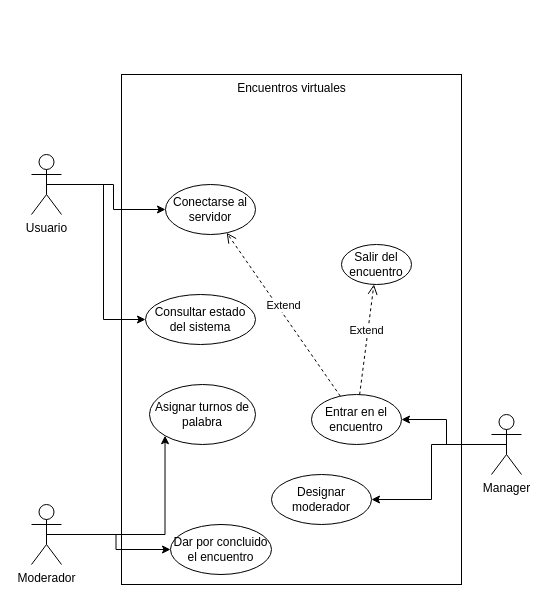
The draw.io diagram Entorno de desarrollo/UML/Ej2.drawio in JavierCamposCuesta/repoJavierCampos, before the edit. Source tidied: cells renumbered, new cells numbered last; positions are measured from the earlier drawing's top-left corner, leaving out a move shared by most shapes. Both pictures are drawn from the tidied source at 100%, with x=0, y=0 at pixel (31, 74).
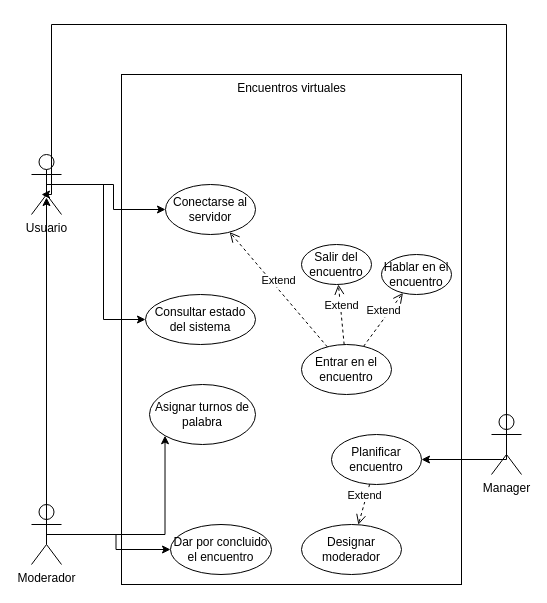
The same page after the edit.

Unchanged cells that the change refers to:
```xml
<mxCell id="5" value="Usuario" style="shape=umlActor;verticalLabelPosition=bottom;verticalAlign=top;html=1;fillColor=none;gradientColor=none;" parent="1" vertex="1">
  <mxGeometry y="80" width="30" height="60" as="geometry" />
</mxCell>
<mxCell id="8" value="Manager" style="shape=umlActor;verticalLabelPosition=bottom;verticalAlign=top;html=1;fillColor=none;gradientColor=none;" parent="1" vertex="1">
  <mxGeometry x="460" y="340" width="30" height="60" as="geometry" />
</mxCell>
<mxCell id="13" value="Moderador" style="shape=umlActor;verticalLabelPosition=bottom;verticalAlign=top;html=1;fillColor=none;gradientColor=none;" parent="1" vertex="1">
  <mxGeometry y="430" width="30" height="60" as="geometry" />
</mxCell>
```

The edit, as a diff of the source:
```diff
@@
-    <mxCell id="6" style="edgeStyle=orthogonalEdgeStyle;rounded=0;jettySize=auto;html=1;exitX=0.5;exitY=0.5;exitDx=0;exitDy=0;exitPerimeter=0;" parent="1" edge="1" source="8" target="14">
-      <mxGeometry relative="1" as="geometry" />
-    </mxCell>
-    <mxCell id="7" style="edgeStyle=orthogonalEdgeStyle;rounded=0;jettySize=auto;html=1;exitX=0.5;exitY=0.5;exitDx=0;exitDy=0;exitPerimeter=0;" parent="1" edge="1" source="8" target="16">
-      <mxGeometry relative="1" as="geometry" />
+    <mxCell id="7" style="edgeStyle=orthogonalEdgeStyle;rounded=0;jettySize=auto;html=1;exitX=0.5;exitY=0.5;exitDx=0;exitDy=0;exitPerimeter=0;" parent="1" edge="1" source="8" target="25">
+      <mxGeometry relative="1" as="geometry">
+        <Array as="points">
+          <mxPoint x="475" y="385" />
+        </Array>
+      </mxGeometry>
     </mxCell>
+    <mxCell id="21" style="edgeStyle=orthogonalEdgeStyle;rounded=0;jettySize=auto;html=1;exitX=0.5;exitY=0.5;exitDx=0;exitDy=0;exitPerimeter=0;" parent="1" edge="1" source="8">
+      <mxGeometry relative="1" as="geometry">
+        <mxPoint x="10" y="120" as="targetPoint" />
+        <Array as="points">
+          <mxPoint x="475" y="-50" />
+          <mxPoint x="20" y="-50" />
+          <mxPoint x="20" y="120" />
+        </Array>
+      </mxGeometry>
+    </mxCell>
@@
     <mxCell id="10" value="Salir del encuentro" style="ellipse;whiteSpace=wrap;html=1;fillColor=none;gradientColor=none;" parent="1" vertex="1">
-      <mxGeometry x="310" y="170" width="70" height="40" as="geometry" />
+      <mxGeometry x="270" y="170" width="70" height="40" as="geometry" />
     </mxCell>
@@
+    <mxCell id="22" style="edgeStyle=orthogonalEdgeStyle;rounded=0;jettySize=auto;html=1;exitX=0.5;exitY=0.5;exitDx=0;exitDy=0;exitPerimeter=0;entryX=0.5;entryY=0.717;entryDx=0;entryDy=0;entryPerimeter=0;" parent="1" edge="1" source="13" target="5">
+      <mxGeometry relative="1" as="geometry" />
+    </mxCell>
@@
     <mxCell id="14" value="Entrar en el encuentro" style="ellipse;whiteSpace=wrap;html=1;fillColor=none;gradientColor=none;" parent="1" vertex="1">
-      <mxGeometry x="280" y="320" width="90" height="50" as="geometry" />
+      <mxGeometry x="270" y="270" width="90" height="50" as="geometry" />
     </mxCell>
@@
     <mxCell id="16" value="Designar moderador" style="ellipse;whiteSpace=wrap;html=1;fillColor=none;gradientColor=none;" parent="1" vertex="1">
-      <mxGeometry x="240" y="400" width="100" height="50" as="geometry" />
+      <mxGeometry x="270" y="450" width="100" height="50" as="geometry" />
     </mxCell>
@@
+    <mxCell id="23" value="Hablar en el encuentro" style="ellipse;whiteSpace=wrap;html=1;fillColor=none;gradientColor=none;" parent="1" vertex="1">
+      <mxGeometry x="350" y="180" width="70" height="40" as="geometry" />
+    </mxCell>
+    <mxCell id="24" value="Extend" style="html=1;verticalAlign=bottom;endArrow=open;dashed=1;endSize=8;" parent="1" edge="1" source="14" target="23">
+      <mxGeometry relative="1" as="geometry" />
+    </mxCell>
+    <mxCell id="25" value="Planificar encuentro" style="ellipse;whiteSpace=wrap;html=1;fillColor=none;gradientColor=none;" parent="1" vertex="1">
+      <mxGeometry x="300" y="360" width="90" height="50" as="geometry" />
+    </mxCell>
+    <mxCell id="26" value="Extend" style="html=1;verticalAlign=bottom;endArrow=open;dashed=1;endSize=8;" parent="1" edge="1" source="25" target="16">
+      <mxGeometry relative="1" as="geometry" />
+    </mxCell>
```
